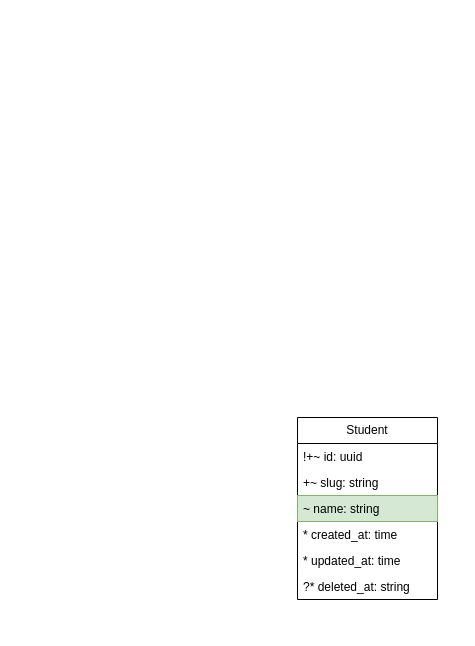
IrusHunter/duckademic keeps this draw.io diagram as page "Student Group" (7 of 8) of docs/entity_relationship.drawio. Above is the earlier version. Source tidied: cells renumbered, new cells numbered last; positions are measured from the earlier drawing's top-left corner, leaving out a move shared by most shapes. Both pictures are drawn from the tidied source at 100%, with x=0, y=0 at pixel (297, 417).
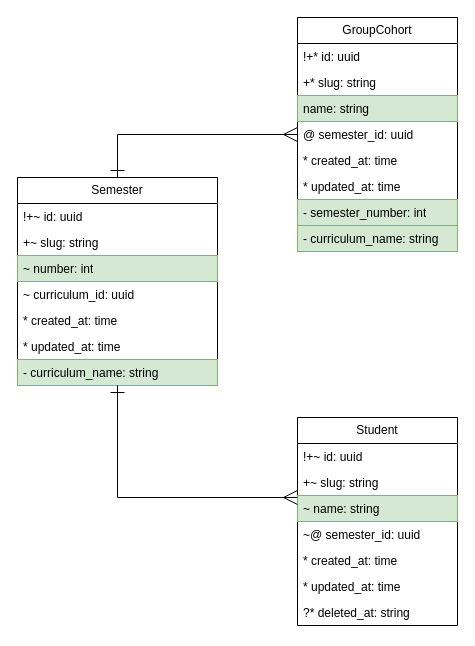
Above is the later version.

What changed in the source:
```diff
@@
     <mxCell id="2" value="Student" style="swimlane;fontStyle=0;horizontal=1;startSize=26;fillColor=none;whiteSpace=wrap;html=1;" parent="1" vertex="1">
-      <mxGeometry width="140" height="182" as="geometry" />
+      <mxGeometry width="160" height="208" as="geometry" />
     </mxCell>
     <mxCell id="3" value="!+~ id: uuid" style="text;strokeColor=none;fillColor=none;align=left;verticalAlign=top;spacingLeft=4;spacingRight=4;overflow=hidden;whiteSpace=wrap;html=1;" parent="2" vertex="1">
-      <mxGeometry y="26" width="140" height="26" as="geometry" />
+      <mxGeometry y="26" width="160" height="26" as="geometry" />
     </mxCell>
     <mxCell id="4" value="+~ slug: string" style="text;strokeColor=none;fillColor=none;align=left;verticalAlign=top;spacingLeft=4;spacingRight=4;overflow=hidden;whiteSpace=wrap;html=1;" parent="2" vertex="1">
-      <mxGeometry y="52" width="140" height="26" as="geometry" />
+      <mxGeometry y="52" width="160" height="26" as="geometry" />
     </mxCell>
     <mxCell id="5" value="~ name: string" style="text;strokeColor=#82b366;fillColor=#d5e8d4;align=left;verticalAlign=top;spacingLeft=4;spacingRight=4;overflow=hidden;whiteSpace=wrap;html=1;" parent="2" vertex="1">
-      <mxGeometry y="78" width="140" height="26" as="geometry" />
+      <mxGeometry y="78" width="160" height="26" as="geometry" />
     </mxCell>
+    <mxCell id="9" value="~@ semester_id: uuid" style="text;align=left;verticalAlign=top;spacingLeft=4;spacingRight=4;overflow=hidden;whiteSpace=wrap;html=1;" parent="2" vertex="1">
+      <mxGeometry y="104" width="160" height="26" as="geometry" />
+    </mxCell>
     <mxCell id="6" value="* created_at: time" style="text;strokeColor=none;fillColor=none;align=left;verticalAlign=top;spacingLeft=4;spacingRight=4;overflow=hidden;whiteSpace=wrap;html=1;" parent="2" vertex="1">
-      <mxGeometry y="104" width="140" height="26" as="geometry" />
+      <mxGeometry y="130" width="160" height="26" as="geometry" />
     </mxCell>
     <mxCell id="7" value="* updated_at: time" style="text;strokeColor=none;fillColor=none;align=left;verticalAlign=top;spacingLeft=4;spacingRight=4;overflow=hidden;whiteSpace=wrap;html=1;" parent="2" vertex="1">
-      <mxGeometry y="130" width="140" height="26" as="geometry" />
+      <mxGeometry y="156" width="160" height="26" as="geometry" />
     </mxCell>
     <mxCell id="8" value="?* deleted_at: string" style="text;strokeColor=none;fillColor=none;align=left;verticalAlign=top;spacingLeft=4;spacingRight=4;overflow=hidden;whiteSpace=wrap;html=1;" parent="2" vertex="1">
-      <mxGeometry y="156" width="140" height="26" as="geometry" />
+      <mxGeometry y="182" width="160" height="26" as="geometry" />
     </mxCell>
+    <mxCell id="10" value="Semester" style="swimlane;fontStyle=0;horizontal=1;startSize=26;fillColor=none;whiteSpace=wrap;html=1;" parent="1" vertex="1">
+      <mxGeometry x="-280" y="-240" width="200" height="208" as="geometry" />
+    </mxCell>
+    <mxCell id="11" value="!+~ id: uuid" style="text;strokeColor=none;fillColor=none;align=left;verticalAlign=top;spacingLeft=4;spacingRight=4;overflow=hidden;whiteSpace=wrap;html=1;" parent="10" vertex="1">
+      <mxGeometry y="26" width="200" height="26" as="geometry" />
+    </mxCell>
+    <mxCell id="12" value="+~ slug: string" style="text;strokeColor=none;fillColor=none;align=left;verticalAlign=top;spacingLeft=4;spacingRight=4;overflow=hidden;whiteSpace=wrap;html=1;" parent="10" vertex="1">
+      <mxGeometry y="52" width="200" height="26" as="geometry" />
+    </mxCell>
+    <mxCell id="13" value="~ number: int" style="text;strokeColor=#82b366;fillColor=#d5e8d4;align=left;verticalAlign=top;spacingLeft=4;spacingRight=4;overflow=hidden;whiteSpace=wrap;html=1;" parent="10" vertex="1">
+      <mxGeometry y="78" width="200" height="26" as="geometry" />
+    </mxCell>
+    <mxCell id="14" value="~ curriculum_id: uuid" style="text;align=left;verticalAlign=top;spacingLeft=4;spacingRight=4;overflow=hidden;whiteSpace=wrap;html=1;" parent="10" vertex="1">
+      <mxGeometry y="104" width="200" height="26" as="geometry" />
+    </mxCell>
+    <mxCell id="15" value="* created_at: time" style="text;strokeColor=none;fillColor=none;align=left;verticalAlign=top;spacingLeft=4;spacingRight=4;overflow=hidden;whiteSpace=wrap;html=1;" parent="10" vertex="1">
+      <mxGeometry y="130" width="200" height="26" as="geometry" />
+    </mxCell>
+    <mxCell id="16" value="* updated_at: time" style="text;strokeColor=none;fillColor=none;align=left;verticalAlign=top;spacingLeft=4;spacingRight=4;overflow=hidden;whiteSpace=wrap;html=1;" parent="10" vertex="1">
+      <mxGeometry y="156" width="200" height="26" as="geometry" />
+    </mxCell>
+    <mxCell id="17" value="- curriculum_name: string" style="text;strokeColor=#82b366;fillColor=#d5e8d4;align=left;verticalAlign=top;spacingLeft=4;spacingRight=4;overflow=hidden;whiteSpace=wrap;html=1;" parent="10" vertex="1">
+      <mxGeometry y="182" width="200" height="26" as="geometry" />
+    </mxCell>
+    <mxCell id="18" style="edgeStyle=orthogonalEdgeStyle;html=1;startArrow=ERone;startFill=0;endArrow=ERmany;endFill=0;endSize=12;startSize=12;strokeWidth=1;rounded=0;curved=0;jumpStyle=line;" parent="1" edge="1" source="10" target="2">
+      <mxGeometry relative="1" as="geometry">
+        <Array as="points">
+          <mxPoint x="-180" y="80" />
+        </Array>
+      </mxGeometry>
+    </mxCell>
+    <mxCell id="19" value="GroupCohort" style="swimlane;fontStyle=0;horizontal=1;startSize=26;fillColor=none;whiteSpace=wrap;html=1;" parent="1" vertex="1">
+      <mxGeometry y="-400" width="160" height="234" as="geometry" />
+    </mxCell>
+    <mxCell id="20" value="!+* id: uuid" style="text;strokeColor=none;fillColor=none;align=left;verticalAlign=top;spacingLeft=4;spacingRight=4;overflow=hidden;whiteSpace=wrap;html=1;" parent="19" vertex="1">
+      <mxGeometry y="26" width="160" height="26" as="geometry" />
+    </mxCell>
+    <mxCell id="21" value="+* slug: string" style="text;strokeColor=none;fillColor=none;align=left;verticalAlign=top;spacingLeft=4;spacingRight=4;overflow=hidden;whiteSpace=wrap;html=1;" parent="19" vertex="1">
+      <mxGeometry y="52" width="160" height="26" as="geometry" />
+    </mxCell>
+    <mxCell id="22" value="name: string" style="text;strokeColor=#82b366;fillColor=#d5e8d4;align=left;verticalAlign=top;spacingLeft=4;spacingRight=4;overflow=hidden;whiteSpace=wrap;html=1;" parent="19" vertex="1">
+      <mxGeometry y="78" width="160" height="26" as="geometry" />
+    </mxCell>
+    <mxCell id="23" value="@ semester_id: uuid" style="text;align=left;verticalAlign=top;spacingLeft=4;spacingRight=4;overflow=hidden;whiteSpace=wrap;html=1;" parent="19" vertex="1">
+      <mxGeometry y="104" width="160" height="26" as="geometry" />
+    </mxCell>
+    <mxCell id="24" value="* created_at: time" style="text;strokeColor=none;fillColor=none;align=left;verticalAlign=top;spacingLeft=4;spacingRight=4;overflow=hidden;whiteSpace=wrap;html=1;" parent="19" vertex="1">
+      <mxGeometry y="130" width="160" height="26" as="geometry" />
+    </mxCell>
+    <mxCell id="25" value="* updated_at: time" style="text;strokeColor=none;fillColor=none;align=left;verticalAlign=top;spacingLeft=4;spacingRight=4;overflow=hidden;whiteSpace=wrap;html=1;" parent="19" vertex="1">
+      <mxGeometry y="156" width="160" height="26" as="geometry" />
+    </mxCell>
+    <mxCell id="26" value="- semester_number: int" style="text;strokeColor=#82b366;fillColor=#d5e8d4;align=left;verticalAlign=top;spacingLeft=4;spacingRight=4;overflow=hidden;whiteSpace=wrap;html=1;" parent="19" vertex="1">
+      <mxGeometry y="182" width="160" height="26" as="geometry" />
+    </mxCell>
+    <mxCell id="27" value="- curriculum_name: string" style="text;strokeColor=#82b366;fillColor=#d5e8d4;align=left;verticalAlign=top;spacingLeft=4;spacingRight=4;overflow=hidden;whiteSpace=wrap;html=1;" parent="19" vertex="1">
+      <mxGeometry y="208" width="160" height="26" as="geometry" />
+    </mxCell>
+    <mxCell id="28" style="edgeStyle=orthogonalEdgeStyle;html=1;startArrow=ERone;startFill=0;endArrow=ERmany;endFill=0;endSize=12;startSize=12;strokeWidth=1;rounded=0;curved=0;jumpStyle=line;" parent="1" edge="1" source="10" target="19">
+      <mxGeometry relative="1" as="geometry">
+        <Array as="points">
+          <mxPoint x="-180" y="-283" />
+        </Array>
+      </mxGeometry>
+    </mxCell>
```
